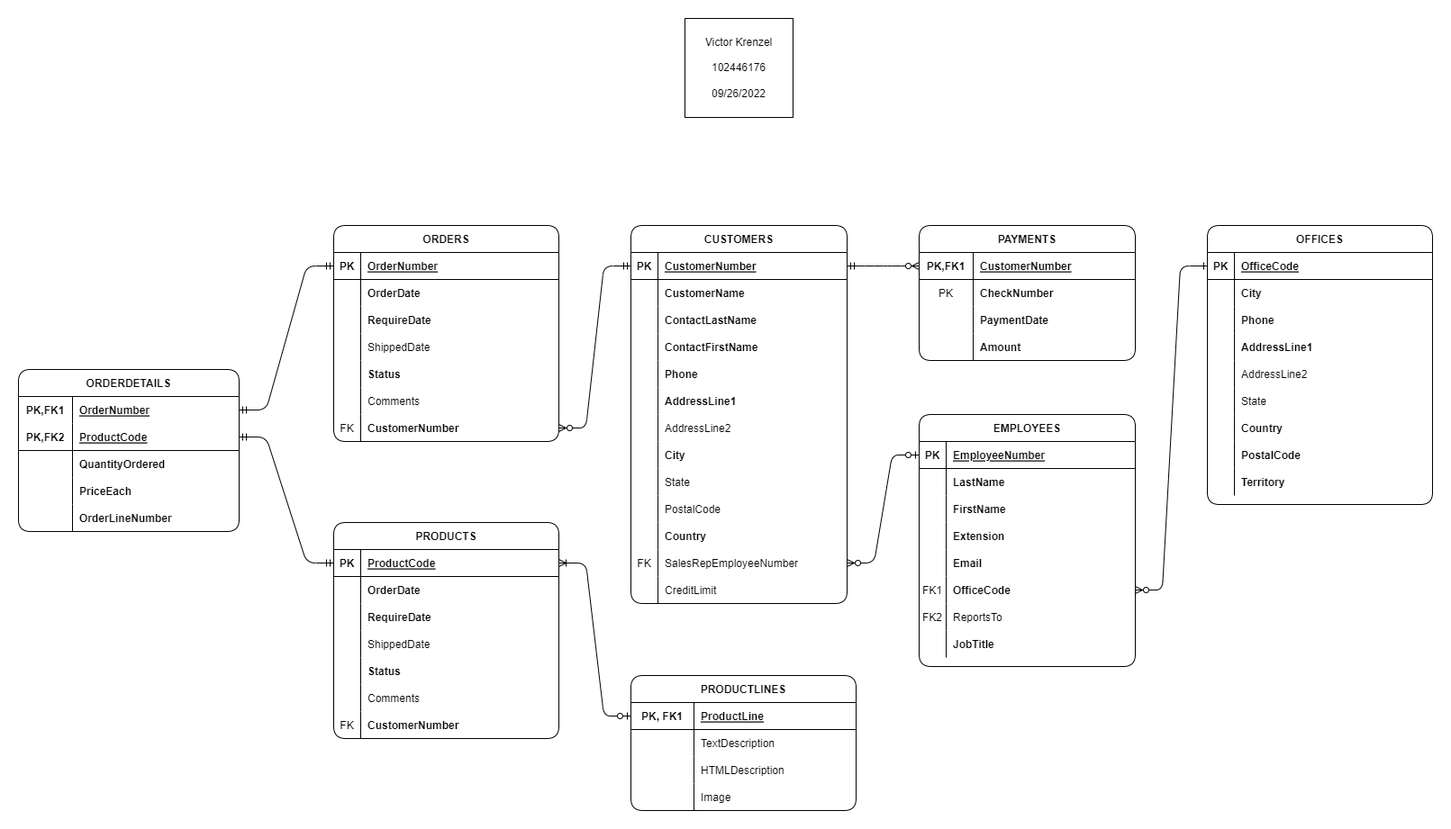
Above: DBS211 Assignment2.drawio.png in vkrenz/DBS211 (draw.io), before the change. Source tidied: cells renumbered, new cells last; positions are measured from the earlier drawing's top-left corner, leaving out a move shared by most shapes.
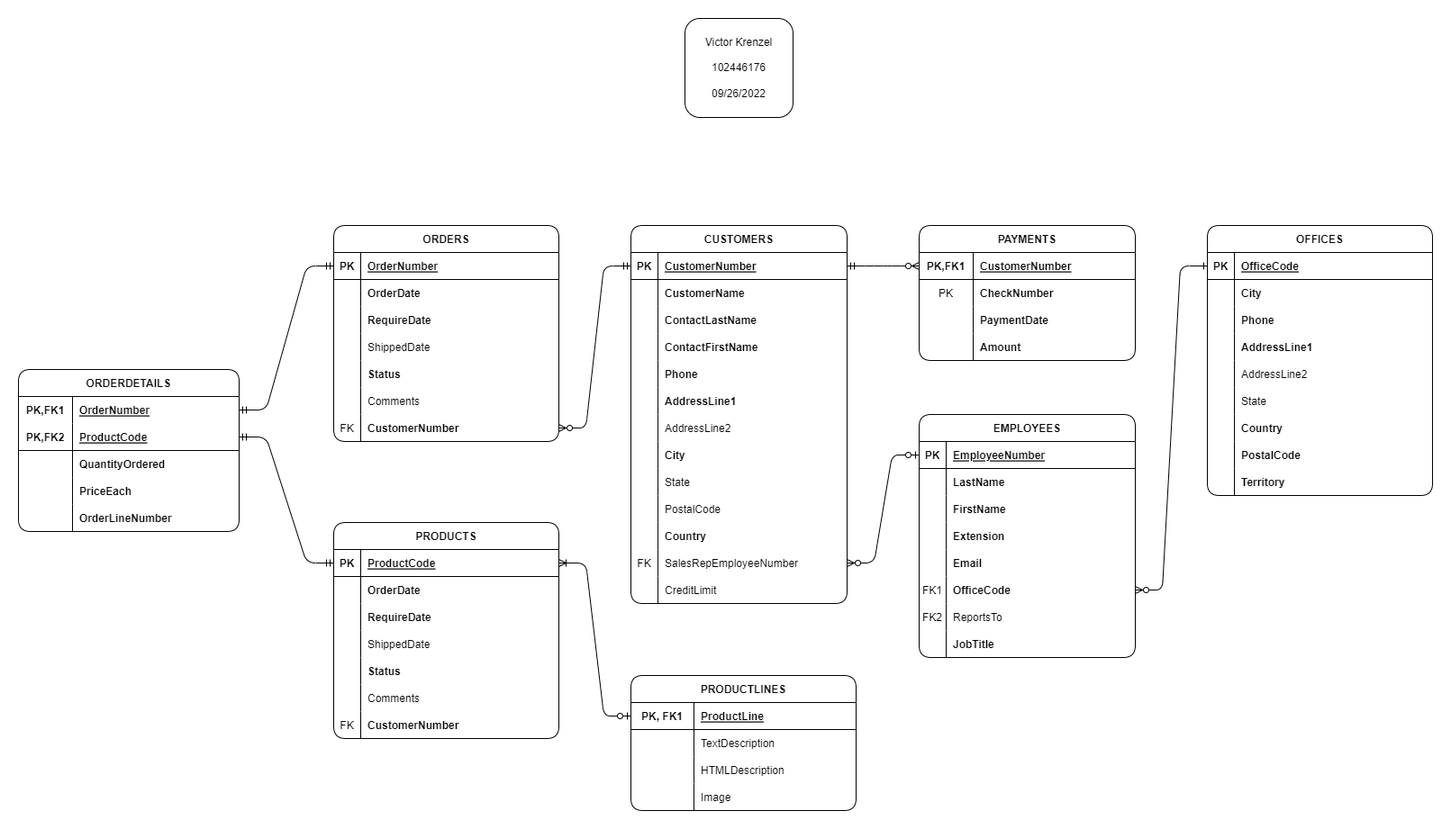
After the commit.

Diff of the diagram source:
```diff
@@ -3,7 +3,7 @@
     <mxCell id="0" />
     <mxCell id="1" parent="0" />
     <mxCell id="2" value="EMPLOYEES" style="shape=table;startSize=30;rowLines=0;fontStyle=1;align=center;shadow=0;rounded=1;" parent="1" vertex="1">
-      <mxGeometry x="1000" y="440" width="240" height="280" as="geometry" />
+      <mxGeometry x="1000" y="440" width="240" height="270" as="geometry" />
     </mxCell>
     <mxCell id="3" style="shape=partialRectangle;fillColor=none;points=[[0,0.5],[1,0.5]];portConstraint=eastwest;top=0;left=0;right=0;bottom=1;" parent="2" vertex="1">
       <mxGeometry y="30" width="240" height="30" as="geometry" />
@@ -197,14 +197,14 @@
     <mxCell id="66" value="CreditLimit" style="shape=partialRectangle;overflow=hidden;fillColor=none;top=0;left=0;bottom=0;right=0;align=left;spacingLeft=6;" parent="64" vertex="1">
       <mxGeometry x="30" width="210" height="30" as="geometry" />
     </mxCell>
-    <mxCell id="67" value="Victor Krenzel&lt;br&gt;&lt;br&gt;102446176&lt;br&gt;&lt;br&gt;09/26/2022" style="rounded=0;whiteSpace=wrap;html=1;shadow=0;" parent="1" vertex="1">
+    <mxCell id="67" value="Victor Krenzel&lt;br&gt;&lt;br&gt;102446176&lt;br&gt;&lt;br&gt;09/26/2022" style="rounded=1;whiteSpace=wrap;html=1;shadow=0;glass=0;" parent="1" vertex="1">
       <mxGeometry x="740" width="120" height="110" as="geometry" />
     </mxCell>
     <mxCell id="68" style="edgeStyle=entityRelationEdgeStyle;fontSize=12;html=1;endArrow=ERzeroToOne;endFill=0;startArrow=ERzeroToMany;entryX=0;entryY=0.5;entryDx=0;entryDy=0;exitX=1;exitY=0.5;exitDx=0;exitDy=0;sketch=0;rounded=1;" parent="1" edge="1" source="61" target="3">
       <mxGeometry relative="1" as="geometry" />
     </mxCell>
     <mxCell id="69" value="OFFICES" style="shape=table;startSize=30;rowLines=0;fontStyle=1;align=center;shadow=0;rounded=1;" parent="1" vertex="1">
-      <mxGeometry x="1320" y="230" width="250" height="310" as="geometry" />
+      <mxGeometry x="1320" y="230" width="250" height="300" as="geometry" />
     </mxCell>
     <mxCell id="70" style="shape=partialRectangle;fillColor=none;points=[[0,0.5],[1,0.5]];portConstraint=eastwest;top=0;left=0;right=0;bottom=1;" parent="69" vertex="1">
       <mxGeometry y="30" width="250" height="30" as="geometry" />
```
